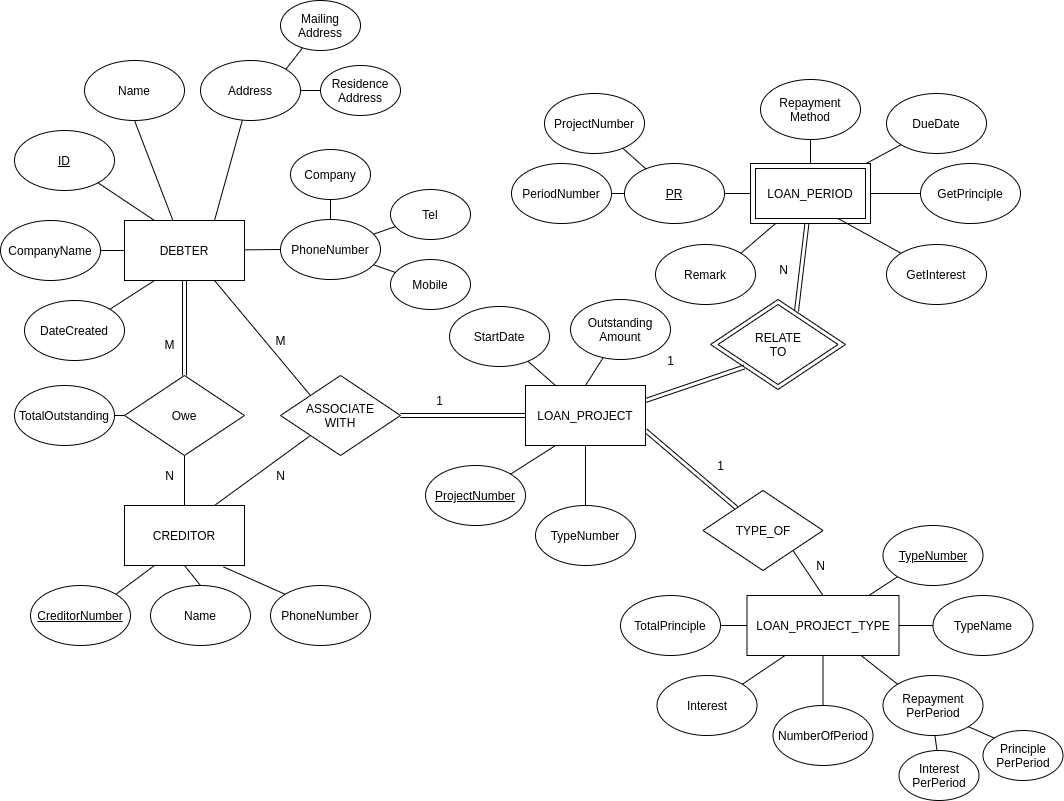
Earlier version of the draw.io export DB Final ER Model.png (Angie-Tseng/db_final). Source tidied: cells renumbered, new cells last; positions are measured from the earlier drawing's top-left corner, leaving out a move shared by most shapes.
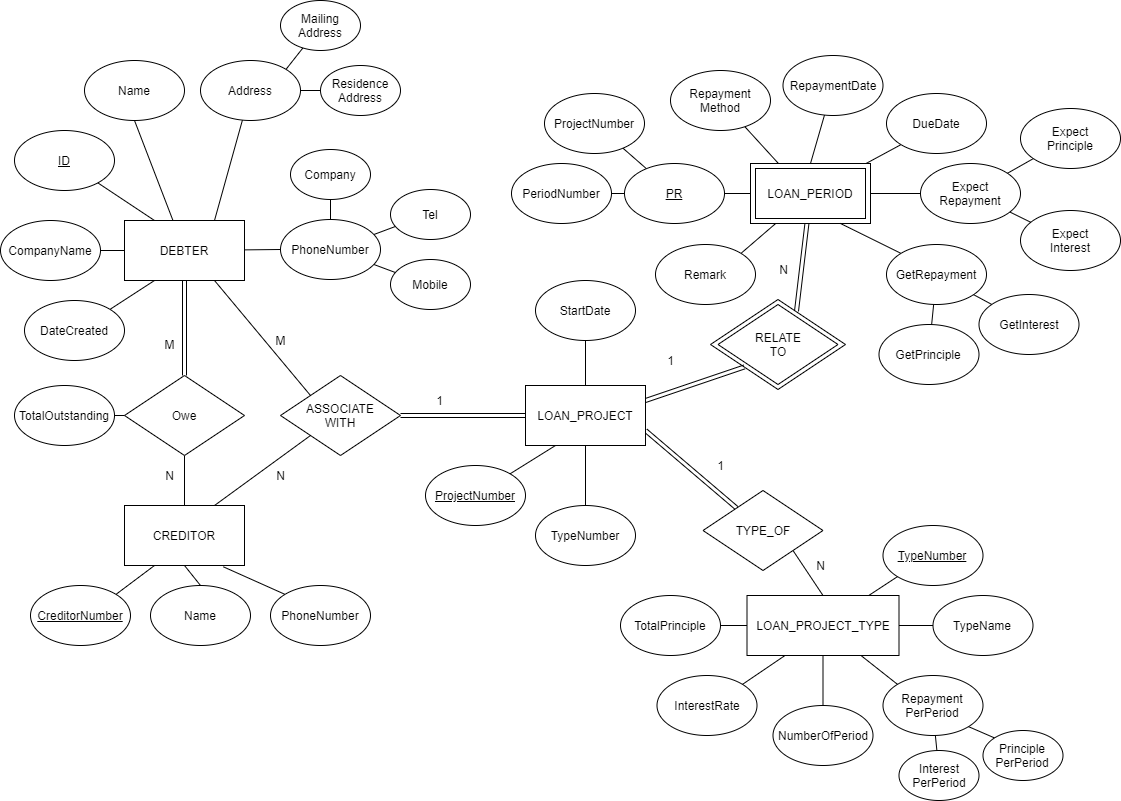
Above is the later version.

Diff of the diagram source:
```diff
@@ -29,18 +29,18 @@
     <mxCell id="10" style="edgeStyle=none;rounded=0;jettySize=auto;html=1;exitX=0.25;exitY=1;exitDx=0;exitDy=0;endArrow=none;endFill=0;" parent="1" edge="1" source="12" target="72">
       <mxGeometry relative="1" as="geometry" />
     </mxCell>
-    <mxCell id="11" style="edgeStyle=none;rounded=0;jettySize=auto;html=1;exitX=0.5;exitY=0;exitDx=0;exitDy=0;endArrow=none;endFill=0;" parent="1" edge="1" source="12" target="99">
-      <mxGeometry relative="1" as="geometry" />
-    </mxCell>
     <mxCell id="12" value="LOAN_PROJECT" style="rounded=0;whiteSpace=wrap;html=1;" parent="1" vertex="1">
       <mxGeometry x="525" y="385" width="120" height="60" as="geometry" />
     </mxCell>
     <mxCell id="13" value="LOAN_PROJECT_TYPE" style="rounded=0;whiteSpace=wrap;html=1;" parent="1" vertex="1">
       <mxGeometry x="746.5" y="595" width="152" height="60" as="geometry" />
     </mxCell>
-    <mxCell id="14" style="edgeStyle=none;rounded=0;jettySize=auto;html=1;exitX=0.5;exitY=0;exitDx=0;exitDy=0;entryX=0.5;entryY=1;entryDx=0;entryDy=0;endArrow=none;endFill=0;" parent="1" edge="1" source="15" target="94">
+    <mxCell id="14" style="edgeStyle=none;rounded=0;jettySize=auto;html=1;exitX=0.25;exitY=0;exitDx=0;exitDy=0;endArrow=none;endFill=0;" parent="1" edge="1" source="60" target="94">
       <mxGeometry relative="1" as="geometry" />
     </mxCell>
+    <mxCell id="101" style="edgeStyle=none;rounded=0;jettySize=auto;html=1;exitX=0.5;exitY=0;exitDx=0;exitDy=0;endArrow=none;endFill=0;" parent="1" edge="1" source="15" target="111">
+      <mxGeometry relative="1" as="geometry" />
+    </mxCell>
     <mxCell id="15" value="LOAN_PERIOD" style="rounded=0;whiteSpace=wrap;html=1;" parent="1" vertex="1">
       <mxGeometry x="750" y="163" width="120" height="60" as="geometry" />
     </mxCell>
@@ -152,9 +152,21 @@
     <mxCell id="51" style="edgeStyle=none;rounded=0;jettySize=auto;html=1;exitX=0;exitY=0.5;exitDx=0;exitDy=0;endArrow=none;endFill=0;" parent="1" edge="1" source="52" target="15">
       <mxGeometry relative="1" as="geometry" />
     </mxCell>
+    <mxCell id="102" style="edgeStyle=none;rounded=0;jettySize=auto;html=1;endArrow=none;endFill=0;" parent="1" edge="1" source="52" target="105">
+      <mxGeometry relative="1" as="geometry" />
+    </mxCell>
+    <mxCell id="103" style="edgeStyle=none;rounded=0;jettySize=auto;html=1;endArrow=none;endFill=0;" parent="1" edge="1" source="52" target="104">
+      <mxGeometry relative="1" as="geometry" />
+    </mxCell>
-    <mxCell id="52" value="GetPrinciple" style="ellipse;whiteSpace=wrap;html=1;" parent="1" vertex="1">
+    <mxCell id="52" value="Expect&lt;br&gt;Repayment" style="ellipse;whiteSpace=wrap;html=1;" parent="1" vertex="1">
       <mxGeometry x="920" y="163" width="100" height="60" as="geometry" />
     </mxCell>
+    <mxCell id="104" value="Expect&lt;br&gt;Interest" style="ellipse;whiteSpace=wrap;html=1;" parent="1" vertex="1">
+      <mxGeometry x="1020" y="210" width="100" height="60" as="geometry" />
+    </mxCell>
+    <mxCell id="105" value="Expect&lt;br&gt;Principle" style="ellipse;whiteSpace=wrap;html=1;" parent="1" vertex="1">
+      <mxGeometry x="1020" y="108" width="100" height="60" as="geometry" />
+    </mxCell>
     <mxCell id="53" style="edgeStyle=none;rounded=0;jettySize=auto;html=1;exitX=1;exitY=0;exitDx=0;exitDy=0;endArrow=none;endFill=0;" parent="1" edge="1" source="54" target="15">
       <mxGeometry relative="1" as="geometry" />
     </mxCell>
@@ -173,9 +185,6 @@
     <mxCell id="58" value="TypeNumber" style="ellipse;whiteSpace=wrap;html=1;fontStyle=4;" parent="1" vertex="1">
       <mxGeometry x="882.5" y="525" width="100" height="60" as="geometry" />
     </mxCell>
-    <mxCell id="59" style="edgeStyle=none;rounded=0;jettySize=auto;html=1;exitX=0.75;exitY=1;exitDx=0;exitDy=0;entryX=0;entryY=0;entryDx=0;entryDy=0;endArrow=none;endFill=0;" parent="1" edge="1" source="60" target="100">
-      <mxGeometry relative="1" as="geometry" />
-    </mxCell>
     <mxCell id="60" value="LOAN_PERIOD" style="rounded=0;whiteSpace=wrap;html=1;" parent="1" vertex="1">
       <mxGeometry x="755" y="168" width="110" height="50" as="geometry" />
     </mxCell>
@@ -209,17 +218,17 @@
     <mxCell id="70" style="edgeStyle=none;rounded=0;jettySize=auto;html=1;exitX=1;exitY=0;exitDx=0;exitDy=0;entryX=0.25;entryY=1;entryDx=0;entryDy=0;endArrow=none;endFill=0;" parent="1" edge="1" source="71" target="13">
       <mxGeometry relative="1" as="geometry" />
     </mxCell>
-    <mxCell id="71" value="Interest" style="ellipse;whiteSpace=wrap;html=1;" parent="1" vertex="1">
+    <mxCell id="71" value="InterestRate" style="ellipse;whiteSpace=wrap;html=1;" parent="1" vertex="1">
       <mxGeometry x="656.5" y="675" width="100" height="60" as="geometry" />
     </mxCell>
     <mxCell id="72" value="&lt;u&gt;ProjectNumber&lt;/u&gt;" style="ellipse;whiteSpace=wrap;html=1;" parent="1" vertex="1">
       <mxGeometry x="425" y="465" width="100" height="60" as="geometry" />
     </mxCell>
-    <mxCell id="73" style="edgeStyle=none;rounded=0;jettySize=auto;html=1;entryX=0.25;entryY=0;entryDx=0;entryDy=0;endArrow=none;endFill=0;" parent="1" edge="1" source="74" target="12">
+    <mxCell id="73" style="edgeStyle=none;rounded=0;jettySize=auto;html=1;entryX=0.5;entryY=0;entryDx=0;entryDy=0;endArrow=none;endFill=0;" parent="1" edge="1" source="74" target="12">
       <mxGeometry relative="1" as="geometry" />
     </mxCell>
     <mxCell id="74" value="StartDate" style="ellipse;whiteSpace=wrap;html=1;" parent="1" vertex="1">
-      <mxGeometry x="449" y="306" width="100" height="60" as="geometry" />
+      <mxGeometry x="535" y="280" width="100" height="60" as="geometry" />
     </mxCell>
     <mxCell id="75" style="edgeStyle=none;rounded=0;jettySize=auto;html=1;exitX=0.5;exitY=0;exitDx=0;exitDy=0;entryX=0.5;entryY=1;entryDx=0;entryDy=0;endArrow=none;endFill=0;" parent="1" edge="1" source="76" target="12">
       <mxGeometry relative="1" as="geometry" />
@@ -279,7 +288,7 @@
       <mxGeometry x="982.5" y="730" width="80" height="50" as="geometry" />
     </mxCell>
     <mxCell id="94" value="Repayment&lt;br&gt;Method" style="ellipse;whiteSpace=wrap;html=1;" parent="1" vertex="1">
-      <mxGeometry x="760" y="79" width="100" height="60" as="geometry" />
+      <mxGeometry x="670" y="70" width="100" height="60" as="geometry" />
     </mxCell>
     <mxCell id="95" value="M" style="text;html=1;align=center;verticalAlign=middle;" parent="1" vertex="1">
       <mxGeometry x="154" y="334" width="30" height="20" as="geometry" />
@@ -293,11 +302,26 @@
     <mxCell id="98" value="TotalPrinciple" style="ellipse;whiteSpace=wrap;html=1;" parent="1" vertex="1">
       <mxGeometry x="620" y="595" width="100" height="60" as="geometry" />
     </mxCell>
-    <mxCell id="99" value="Outstanding&lt;br&gt;Amount" style="ellipse;whiteSpace=wrap;html=1;" parent="1" vertex="1">
-      <mxGeometry x="570" y="299" width="100" height="60" as="geometry" />
-    </mxCell>
+    <mxCell id="106" style="edgeStyle=none;rounded=0;jettySize=auto;html=1;endArrow=none;endFill=0;" parent="1" edge="1" source="100" target="110">
+      <mxGeometry relative="1" as="geometry" />
+    </mxCell>
+    <mxCell id="107" style="edgeStyle=none;rounded=0;jettySize=auto;html=1;endArrow=none;endFill=0;" parent="1" edge="1" source="100" target="109">
+      <mxGeometry relative="1" as="geometry" />
+    </mxCell>
+    <mxCell id="108" style="edgeStyle=none;rounded=0;jettySize=auto;html=1;exitX=0;exitY=0;exitDx=0;exitDy=0;entryX=0.75;entryY=1;entryDx=0;entryDy=0;endArrow=none;endFill=0;" parent="1" edge="1" source="100" target="15">
+      <mxGeometry relative="1" as="geometry" />
+    </mxCell>
-    <mxCell id="100" value="GetInterest" style="ellipse;whiteSpace=wrap;html=1;" parent="1" vertex="1">
+    <mxCell id="100" value="GetRepayment" style="ellipse;whiteSpace=wrap;html=1;" parent="1" vertex="1">
       <mxGeometry x="886" y="244" width="100" height="60" as="geometry" />
     </mxCell>
+    <mxCell id="109" value="GetInterest" style="ellipse;whiteSpace=wrap;html=1;" parent="1" vertex="1">
+      <mxGeometry x="978.5" y="294" width="100" height="60" as="geometry" />
+    </mxCell>
+    <mxCell id="110" value="GetPrinciple" style="ellipse;whiteSpace=wrap;html=1;" parent="1" vertex="1">
+      <mxGeometry x="878.5" y="324" width="100" height="60" as="geometry" />
+    </mxCell>
+    <mxCell id="111" value="RepaymentDate" style="ellipse;whiteSpace=wrap;html=1;" parent="1" vertex="1">
+      <mxGeometry x="782.5" y="55" width="100" height="60" as="geometry" />
+    </mxCell>
   </root>
 </mxGraphModel>
```
